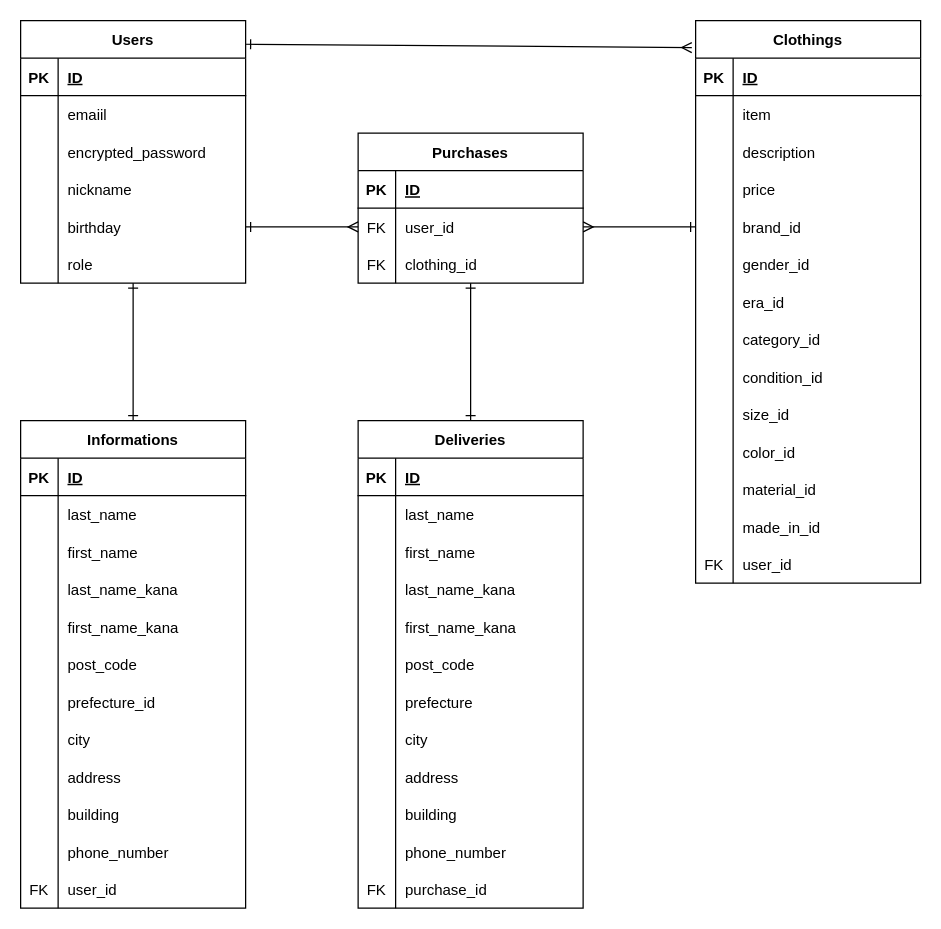
The draw.io diagram page "ER図" (1 of 2) of ER.dio in tdoaftl/millesimato, before the edit. Source tidied: cells renumbered, new cells numbered last; positions are measured from the earlier drawing's top-left corner, leaving out a move shared by most shapes. Both pictures are drawn from the tidied source at 125%, with x=0, y=0 at pixel (20, 20).
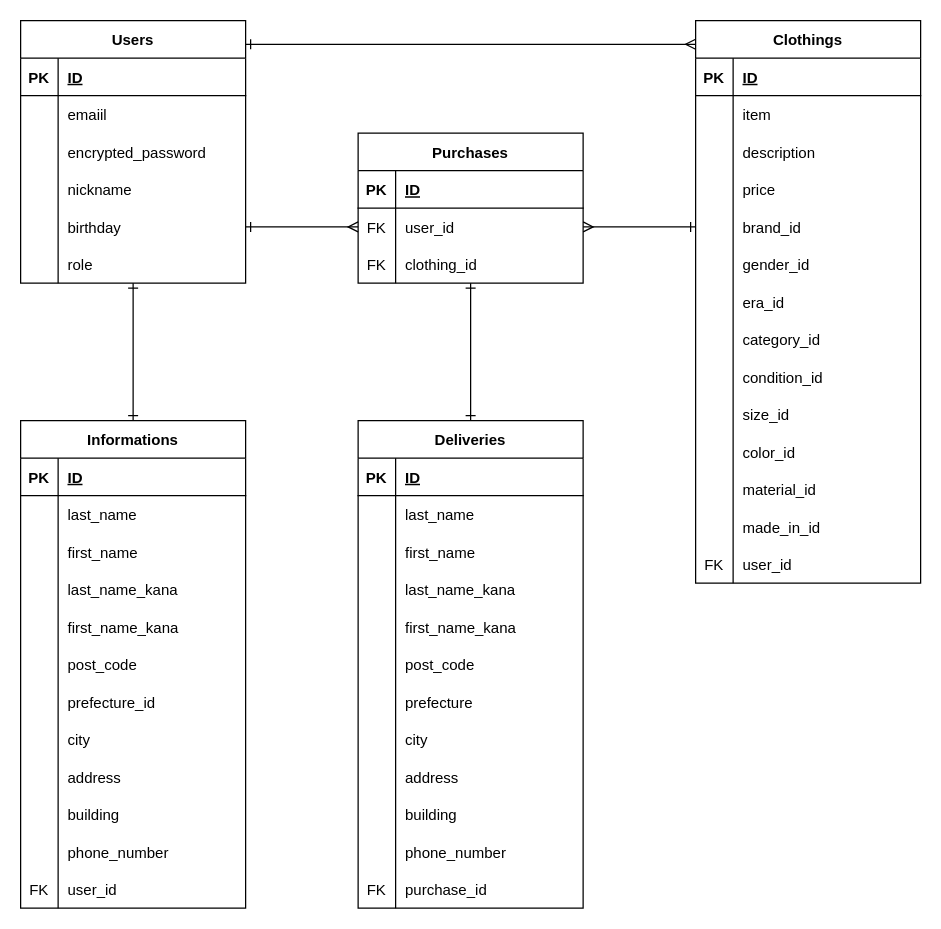
The same page after the edit.

The change refers to these unchanged cells:
```xml
<mxCell id="2" value="Users" style="shape=table;startSize=30;childLayout=tableLayout;rowLines=0;fontStyle=1;align=center;" parent="1" vertex="1">
  <mxGeometry width="180" height="210" as="geometry" />
</mxCell>
<mxCell id="21" value="Clothings" style="shape=table;startSize=30;childLayout=tableLayout;rowLines=0;fontStyle=1;align=center;" parent="1" vertex="1">
  <mxGeometry x="540" width="180" height="450" as="geometry" />
</mxCell>
```

Change to the diagram source:
```diff
@@
-    <mxCell id="114" style="edgeStyle=none;html=1;exitX=1;exitY=0.09;exitDx=0;exitDy=0;entryX=-0.017;entryY=0.048;entryDx=0;entryDy=0;endArrow=ERmany;endFill=0;startArrow=ERone;startFill=0;exitPerimeter=0;entryPerimeter=0;" parent="1" edge="1" source="2" target="21">
+    <mxCell id="114" style="edgeStyle=none;html=1;exitX=1;exitY=0.09;exitDx=0;exitDy=0;entryX=0;entryY=0.042;entryDx=0;entryDy=0;endArrow=ERmany;endFill=0;startArrow=ERone;startFill=0;exitPerimeter=0;entryPerimeter=0;" parent="1" edge="1" source="2" target="21">
       <mxGeometry relative="1" as="geometry" />
     </mxCell>
```
